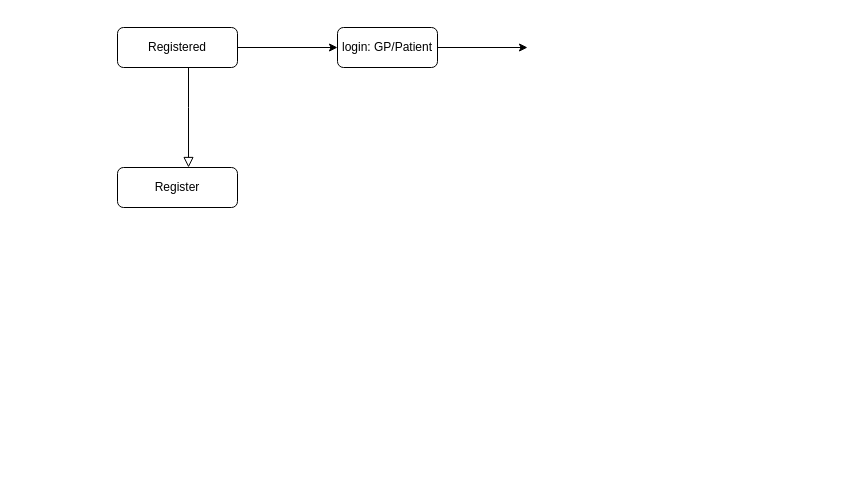
The draw.io diagram updateddiagram.drawio in willdonlan8/test, before the edit. Source tidied: cells renumbered, new cells numbered last; positions are measured from the earlier drawing's top-left corner, leaving out a move shared by most shapes. Both pictures are drawn from the tidied source at 100%, with x=0, y=0 at pixel (117, 27).
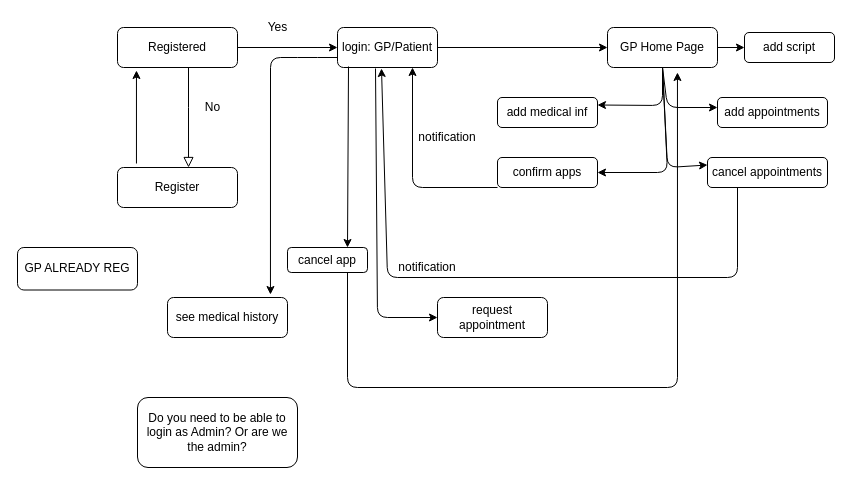
After the change.

Unchanged cells that the change refers to:
```xml
<mxCell id="3" value="Registered" style="rounded=1;whiteSpace=wrap;html=1;fontSize=12;glass=0;strokeWidth=1;shadow=0;" parent="1" vertex="1">
  <mxGeometry width="120" height="40" as="geometry" />
</mxCell>
<mxCell id="4" value="Register" style="rounded=1;whiteSpace=wrap;html=1;fontSize=12;glass=0;strokeWidth=1;shadow=0;" parent="1" vertex="1">
  <mxGeometry y="140" width="120" height="40" as="geometry" />
</mxCell>
<mxCell id="6" value="login: GP/Patient" style="rounded=1;whiteSpace=wrap;html=1;" parent="1" vertex="1">
  <mxGeometry x="220" width="100" height="40" as="geometry" />
</mxCell>
```

Change to the diagram source:
```diff
@@
-    <mxCell id="7" style="endArrow=classic;html=1;" parent="1" edge="1">
-      <mxGeometry relative="1" as="geometry">
-        <mxPoint x="320" y="20" as="sourcePoint" />
-        <mxPoint x="410" y="20" as="targetPoint" />
-      </mxGeometry>
-    </mxCell>
+    <mxCell id="8" value="GP Home Page" style="rounded=1;whiteSpace=wrap;html=1;" parent="1" vertex="1">
+      <mxGeometry x="490" width="110" height="40" as="geometry" />
+    </mxCell>
+    <mxCell id="9" style="endArrow=classic;html=1;entryX=0;entryY=0.5;entryDx=0;entryDy=0;" parent="1" edge="1" target="8">
+      <mxGeometry relative="1" as="geometry">
+        <mxPoint x="320" y="20" as="sourcePoint" />
+      </mxGeometry>
+    </mxCell>
+    <mxCell id="10" value="add script" style="rounded=1;whiteSpace=wrap;html=1;" parent="1" vertex="1">
+      <mxGeometry x="627" y="5" width="90" height="30" as="geometry" />
+    </mxCell>
+    <mxCell id="11" value="add medical inf" style="rounded=1;whiteSpace=wrap;html=1;" parent="1" vertex="1">
+      <mxGeometry x="380" y="70" width="100" height="30" as="geometry" />
+    </mxCell>
+    <mxCell id="12" value="add appointments" style="rounded=1;whiteSpace=wrap;html=1;" parent="1" vertex="1">
+      <mxGeometry x="600" y="70" width="110" height="30" as="geometry" />
+    </mxCell>
+    <mxCell id="13" value="confirm apps" style="rounded=1;whiteSpace=wrap;html=1;" parent="1" vertex="1">
+      <mxGeometry x="380" y="130" width="100" height="30" as="geometry" />
+    </mxCell>
+    <mxCell id="14" value="cancel appointments" style="rounded=1;whiteSpace=wrap;html=1;" parent="1" vertex="1">
+      <mxGeometry x="590" y="130" width="120" height="30" as="geometry" />
+    </mxCell>
+    <mxCell id="15" style="endArrow=classic;html=1;exitX=1;exitY=0.5;exitDx=0;exitDy=0;entryX=0;entryY=0.5;entryDx=0;entryDy=0;entryPerimeter=0;" parent="1" edge="1" source="8" target="10">
+      <mxGeometry relative="1" as="geometry" />
+    </mxCell>
+    <mxCell id="16" style="endArrow=classic;html=1;entryX=1;entryY=0.25;entryDx=0;entryDy=0;exitX=0.5;exitY=1;exitDx=0;exitDy=0;" parent="1" edge="1" source="8" target="11">
+      <mxGeometry relative="1" as="geometry">
+        <Array as="points">
+          <mxPoint x="545" y="78" />
+        </Array>
+      </mxGeometry>
+    </mxCell>
+    <mxCell id="17" style="endArrow=classic;html=1;entryX=1;entryY=0.5;entryDx=0;entryDy=0;exitX=0.5;exitY=1;exitDx=0;exitDy=0;" parent="1" edge="1" source="8" target="13">
+      <mxGeometry relative="1" as="geometry">
+        <Array as="points">
+          <mxPoint x="550" y="145" />
+        </Array>
+      </mxGeometry>
+    </mxCell>
+    <mxCell id="18" style="endArrow=classic;html=1;exitX=0.5;exitY=1;exitDx=0;exitDy=0;" parent="1" edge="1" source="8">
+      <mxGeometry relative="1" as="geometry">
+        <mxPoint x="600" y="80" as="targetPoint" />
+        <Array as="points">
+          <mxPoint x="550" y="80" />
+        </Array>
+      </mxGeometry>
+    </mxCell>
+    <mxCell id="19" style="endArrow=classic;html=1;exitX=0.5;exitY=1;exitDx=0;exitDy=0;entryX=0;entryY=0.25;entryDx=0;entryDy=0;" parent="1" edge="1" source="8" target="14">
+      <mxGeometry relative="1" as="geometry">
+        <Array as="points">
+          <mxPoint x="550" y="140" />
+        </Array>
+      </mxGeometry>
+    </mxCell>
+    <mxCell id="20" value="see medical history" style="rounded=1;whiteSpace=wrap;html=1;" parent="1" vertex="1">
+      <mxGeometry x="50" y="270" width="120" height="40" as="geometry" />
+    </mxCell>
+    <mxCell id="21" value="No" style="text;html=1;align=center;verticalAlign=middle;" parent="1" vertex="1">
+      <mxGeometry x="80" y="70" width="30" height="20" as="geometry" />
+    </mxCell>
+    <mxCell id="22" value="Yes" style="text;html=1;align=center;verticalAlign=middle;" parent="1" vertex="1">
+      <mxGeometry x="140" y="-10" width="40" height="20" as="geometry" />
+    </mxCell>
+    <mxCell id="23" style="endArrow=classic;html=1;exitX=0.158;exitY=-0.1;exitDx=0;exitDy=0;exitPerimeter=0;entryX=0.158;entryY=1.075;entryDx=0;entryDy=0;entryPerimeter=0;" parent="1" edge="1" source="4" target="3">
+      <mxGeometry relative="1" as="geometry" />
+    </mxCell>
+    <mxCell id="24" value="request appointment" style="rounded=1;whiteSpace=wrap;html=1;" parent="1" vertex="1">
+      <mxGeometry x="320" y="270" width="110" height="40" as="geometry" />
+    </mxCell>
+    <mxCell id="25" style="endArrow=classic;html=1;exitX=0;exitY=0.75;exitDx=0;exitDy=0;entryX=0.858;entryY=-0.075;entryDx=0;entryDy=0;entryPerimeter=0;" parent="1" edge="1" source="6" target="20">
+      <mxGeometry relative="1" as="geometry">
+        <Array as="points">
+          <mxPoint x="190" y="30" />
+          <mxPoint x="153" y="30" />
+        </Array>
+      </mxGeometry>
+    </mxCell>
+    <mxCell id="26" style="endArrow=classic;html=1;exitX=0.38;exitY=1.025;exitDx=0;exitDy=0;entryX=0;entryY=0.5;entryDx=0;entryDy=0;exitPerimeter=0;" parent="1" edge="1" source="6" target="24">
+      <mxGeometry relative="1" as="geometry">
+        <Array as="points">
+          <mxPoint x="260" y="290" />
+        </Array>
+      </mxGeometry>
+    </mxCell>
+    <mxCell id="27" style="endArrow=classic;html=1;entryX=0.75;entryY=1;entryDx=0;entryDy=0;exitX=0;exitY=1;exitDx=0;exitDy=0;" parent="1" edge="1" source="13" target="6">
+      <mxGeometry relative="1" as="geometry">
+        <Array as="points">
+          <mxPoint x="295" y="160" />
+        </Array>
+      </mxGeometry>
+    </mxCell>
+    <mxCell id="28" value="notification" style="text;html=1;strokeColor=none;fillColor=none;align=center;verticalAlign=middle;whiteSpace=wrap;rounded=0;" parent="1" vertex="1">
+      <mxGeometry x="310" y="100" width="40" height="20" as="geometry" />
+    </mxCell>
+    <mxCell id="29" style="endArrow=classic;html=1;exitX=0.25;exitY=1;exitDx=0;exitDy=0;entryX=0.44;entryY=1.025;entryDx=0;entryDy=0;entryPerimeter=0;" parent="1" edge="1" source="14" target="6">
+      <mxGeometry relative="1" as="geometry">
+        <Array as="points">
+          <mxPoint x="620" y="250" />
+          <mxPoint x="270" y="250" />
+        </Array>
+      </mxGeometry>
+    </mxCell>
+    <mxCell id="30" value="notification" style="text;html=1;strokeColor=none;fillColor=none;align=center;verticalAlign=middle;whiteSpace=wrap;rounded=0;" parent="1" vertex="1">
+      <mxGeometry x="290" y="230" width="40" height="20" as="geometry" />
+    </mxCell>
+    <mxCell id="31" value="cancel app" style="rounded=1;whiteSpace=wrap;html=1;" parent="1" vertex="1">
+      <mxGeometry x="170" y="220" width="80" height="25" as="geometry" />
+    </mxCell>
+    <mxCell id="32" style="endArrow=classic;html=1;exitX=0.11;exitY=0.975;exitDx=0;exitDy=0;exitPerimeter=0;entryX=0.75;entryY=0;entryDx=0;entryDy=0;" parent="1" edge="1" source="6" target="31">
+      <mxGeometry relative="1" as="geometry" />
+    </mxCell>
+    <mxCell id="33" style="endArrow=classic;html=1;exitX=0.75;exitY=1;exitDx=0;exitDy=0;entryX=0.636;entryY=1.125;entryDx=0;entryDy=0;entryPerimeter=0;" parent="1" edge="1" source="31" target="8">
+      <mxGeometry relative="1" as="geometry">
+        <Array as="points">
+          <mxPoint x="230" y="360" />
+          <mxPoint x="560" y="360" />
+        </Array>
+      </mxGeometry>
+    </mxCell>
+    <mxCell id="34" value="GP ALREADY REG" style="rounded=1;whiteSpace=wrap;html=1;" parent="1" vertex="1">
+      <mxGeometry x="-100" y="220" width="120" height="42.5" as="geometry" />
+    </mxCell>
+    <mxCell id="35" value="Do you need to be able to login as Admin? Or are we the admin?" style="rounded=1;whiteSpace=wrap;html=1;" parent="1" vertex="1">
+      <mxGeometry x="20" y="370" width="160" height="70" as="geometry" />
+    </mxCell>
```
